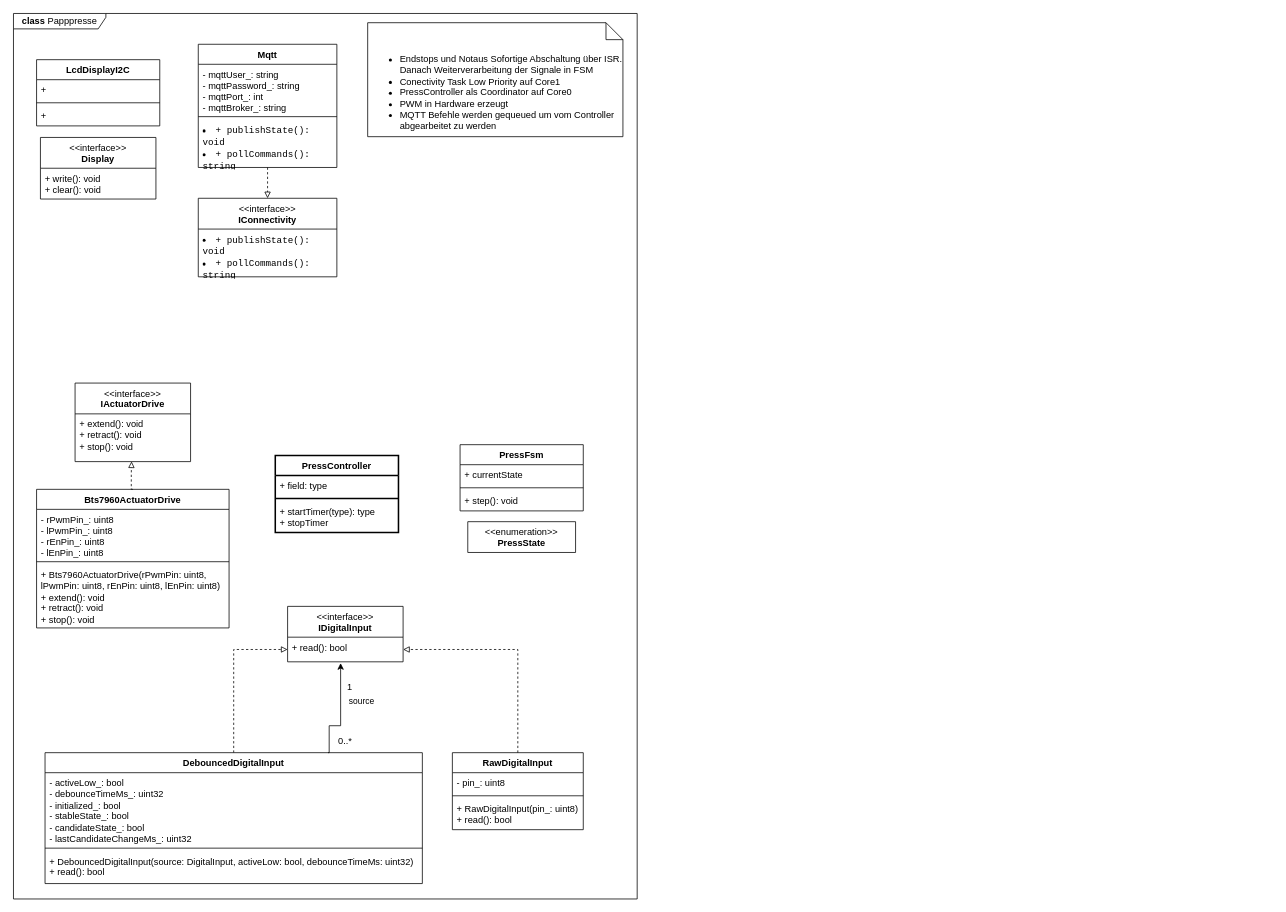
niklasdathe/Papppresse keeps this draw.io diagram as diagrams/class diagramm Papppresse.drawio. Above is the earlier version. Source tidied: cells renumbered, new cells numbered last; positions are measured from the earlier drawing's top-left corner, leaving out a move shared by most shapes. Both pictures are drawn from the tidied source at 77%, with x=0, y=0 at pixel (13, 13).
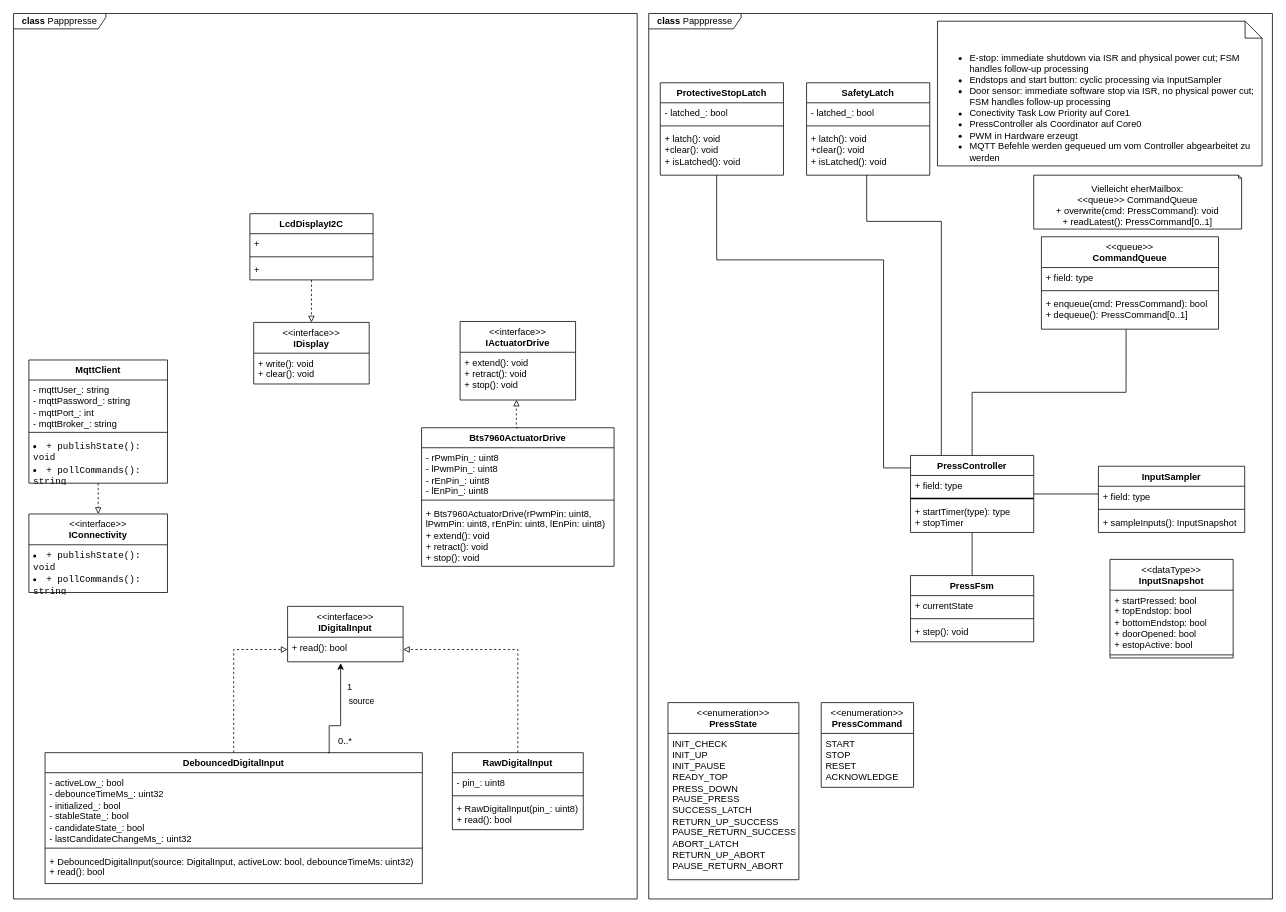
The same page after the edit.

Unchanged cells that the change refers to:
```xml
<mxCell id="2" value="&lt;b&gt;class &lt;/b&gt;Papppresse" style="shape=umlFrame;whiteSpace=wrap;html=1;width=120;height=20;" parent="1" vertex="1">
  <mxGeometry width="810" height="1150" as="geometry" />
</mxCell>
<mxCell id="21" value="+ extend(): void&lt;br&gt;+ retract(): void&lt;br&gt;+ stop(): void" style="text;strokeColor=none;fillColor=none;align=left;verticalAlign=top;spacingLeft=4;spacingRight=4;overflow=hidden;points=[[0,0.5],[1,0.5]];portConstraint=eastwest;whiteSpace=wrap;html=1;" parent="20" vertex="1">
  <mxGeometry y="40" width="150" height="62" as="geometry" />
</mxCell>
```

What changed in the source:
```diff
@@
-    <mxCell id="3" value="&lt;ul style=&quot;&quot;&gt;&lt;li&gt;&lt;span style=&quot;background-color: transparent; color: light-dark(rgb(0, 0, 0), rgb(255, 255, 255));&quot;&gt;Endstops und Notaus Sofortige Abschaltung über ISR. Danach Weiterverarbeitung der Signale in FSM&lt;/span&gt;&lt;/li&gt;&lt;li&gt;&lt;span style=&quot;background-color: transparent; color: light-dark(rgb(0, 0, 0), rgb(255, 255, 255));&quot;&gt;Conectivity Task Low Priority auf Core1&lt;br&gt;&lt;/span&gt;&lt;/li&gt;&lt;li&gt;&lt;span style=&quot;background-color: transparent; color: light-dark(rgb(0, 0, 0), rgb(255, 255, 255));&quot;&gt;PressController als Coordinator auf Core0&lt;br&gt;&lt;/span&gt;&lt;/li&gt;&lt;li&gt;&lt;span style=&quot;background-color: transparent; color: light-dark(rgb(0, 0, 0), rgb(255, 255, 255));&quot;&gt;PWM in Hardware erzeugt&lt;br&gt;&lt;/span&gt;&lt;/li&gt;&lt;li&gt;&lt;span style=&quot;background-color: transparent; color: light-dark(rgb(0, 0, 0), rgb(255, 255, 255));&quot;&gt;MQTT Befehle werden gequeued um vom Controller abgearbeitet zu werden&lt;/span&gt;&lt;/li&gt;&lt;/ul&gt;" style="shape=note2;boundedLbl=1;whiteSpace=wrap;html=1;size=22;verticalAlign=top;align=left;" parent="2" vertex="1">
-      <mxGeometry x="460" y="12" width="331.5" height="148" as="geometry" />
-    </mxCell>
@@
     <mxCell id="20" value="&lt;div&gt;&lt;span style=&quot;font-weight: 400;&quot;&gt;&amp;lt;&amp;lt;interface&amp;gt;&amp;gt;&lt;/span&gt;&lt;/div&gt;IActuatorDrive" style="swimlane;fontStyle=1;align=center;verticalAlign=top;horizontal=1;startSize=40;whiteSpace=wrap;html=1;" parent="2" vertex="1">
-      <mxGeometry x="80" y="480" width="150" height="102" as="geometry" />
+      <mxGeometry x="580" y="400" width="150" height="102" as="geometry" />
     </mxCell>
@@
     <mxCell id="22" value="Bts7960ActuatorDrive" style="swimlane;fontStyle=1;align=center;verticalAlign=top;horizontal=1;startSize=26;whiteSpace=wrap;html=1;" parent="2" vertex="1">
-      <mxGeometry x="30" y="618" width="250" height="180" as="geometry" />
+      <mxGeometry x="530" y="538" width="250" height="180" as="geometry" />
     </mxCell>
@@
     <mxCell id="26" style="edgeStyle=orthogonalEdgeStyle;rounded=0;jettySize=auto;html=1;exitX=0.5;exitY=0;exitDx=0;exitDy=0;entryX=0.489;entryY=0.995;entryDx=0;entryDy=0;entryPerimeter=0;dashed=1;endArrow=block;endFill=0;" parent="2" edge="1" source="22" target="21">
       <mxGeometry relative="1" as="geometry">
         <Array as="points">
-          <mxPoint x="153" y="618" />
-          <mxPoint x="153" y="598" />
+          <mxPoint x="653" y="538" />
+          <mxPoint x="653" y="518" />
         </Array>
       </mxGeometry>
     </mxCell>
-    <mxCell id="27" value="PressController" style="swimlane;fontStyle=1;align=center;verticalAlign=top;horizontal=1;startSize=26;whiteSpace=wrap;html=1;strokeWidth=2;" parent="2" vertex="1">
-      <mxGeometry x="340" y="574" width="160" height="100" as="geometry" />
-    </mxCell>
-    <mxCell id="28" value="+ field: type" style="text;strokeColor=none;fillColor=none;align=left;verticalAlign=top;spacingLeft=4;spacingRight=4;overflow=hidden;whiteSpace=wrap;html=1;strokeWidth=2;" parent="27" vertex="1">
-      <mxGeometry y="26" width="160" height="26" as="geometry" />
-    </mxCell>
-    <mxCell id="29" style="line;strokeWidth=2;fillColor=none;align=left;verticalAlign=middle;spacingTop=-1;spacingLeft=3;spacingRight=3;labelPosition=right;strokeColor=inherit;" parent="27" vertex="1">
-      <mxGeometry y="52" width="160" height="8" as="geometry" />
-    </mxCell>
-    <mxCell id="30" value="+ startTimer(type): type&lt;br&gt;+ stopTimer" style="text;strokeColor=none;fillColor=none;align=left;verticalAlign=top;spacingLeft=4;spacingRight=4;overflow=hidden;whiteSpace=wrap;html=1;strokeWidth=2;" parent="27" vertex="1">
-      <mxGeometry y="60" width="160" height="40" as="geometry" />
-    </mxCell>
-    <mxCell id="31" value="PressFsm" style="swimlane;fontStyle=1;align=center;verticalAlign=top;horizontal=1;startSize=26;whiteSpace=wrap;html=1;" parent="2" vertex="1">
-      <mxGeometry x="580" y="560" width="160" height="86" as="geometry" />
-    </mxCell>
-    <mxCell id="32" value="+ currentState" style="text;strokeColor=none;fillColor=none;align=left;verticalAlign=top;spacingLeft=4;spacingRight=4;overflow=hidden;whiteSpace=wrap;html=1;" parent="31" vertex="1">
-      <mxGeometry y="26" width="160" height="26" as="geometry" />
-    </mxCell>
-    <mxCell id="33" style="line;strokeWidth=1;fillColor=none;align=left;verticalAlign=middle;spacingTop=-1;spacingLeft=3;spacingRight=3;labelPosition=right;strokeColor=inherit;" parent="31" vertex="1">
-      <mxGeometry y="52" width="160" height="8" as="geometry" />
-    </mxCell>
-    <mxCell id="34" value="+ step(): void" style="text;strokeColor=none;fillColor=none;align=left;verticalAlign=top;spacingLeft=4;spacingRight=4;overflow=hidden;whiteSpace=wrap;html=1;" parent="31" vertex="1">
-      <mxGeometry y="60" width="160" height="26" as="geometry" />
-    </mxCell>
-    <mxCell id="35" value="&lt;div&gt;&lt;span style=&quot;font-weight: 400;&quot;&gt;&amp;lt;&amp;lt;enumeration&amp;gt;&amp;gt;&lt;/span&gt;&lt;/div&gt;PressState" style="swimlane;fontStyle=1;align=center;verticalAlign=top;horizontal=1;startSize=40;whiteSpace=wrap;html=1;" parent="2" vertex="1" collapsed="1">
-      <mxGeometry x="590" y="660" width="140" height="40" as="geometry" />
-    </mxCell>
-    <mxCell id="36" value="&lt;div&gt;&lt;span style=&quot;font-weight: 400;&quot;&gt;&amp;lt;&amp;lt;interface&amp;gt;&amp;gt;&lt;/span&gt;&lt;/div&gt;&lt;div&gt;&lt;span style=&quot;background-color: transparent; color: light-dark(rgb(0, 0, 0), rgb(255, 255, 255));&quot;&gt;Display&lt;/span&gt;&lt;/div&gt;" style="swimlane;fontStyle=1;align=center;verticalAlign=top;horizontal=1;startSize=40;whiteSpace=wrap;html=1;" parent="2" vertex="1">
-      <mxGeometry x="35" y="161" width="150" height="80" as="geometry" />
+    <mxCell id="36" value="&lt;div&gt;&lt;span style=&quot;font-weight: 400;&quot;&gt;&amp;lt;&amp;lt;interface&amp;gt;&amp;gt;&lt;/span&gt;&lt;/div&gt;&lt;div&gt;&lt;span style=&quot;background-color: transparent; color: light-dark(rgb(0, 0, 0), rgb(255, 255, 255));&quot;&gt;IDisplay&lt;/span&gt;&lt;/div&gt;" style="swimlane;fontStyle=1;align=center;verticalAlign=top;horizontal=1;startSize=40;whiteSpace=wrap;html=1;" parent="2" vertex="1">
+      <mxGeometry x="312" y="401.2" width="150" height="80" as="geometry" />
     </mxCell>
@@
+    <mxCell id="49" style="edgeStyle=orthogonalEdgeStyle;rounded=0;jettySize=auto;html=1;entryX=0.5;entryY=0;entryDx=0;entryDy=0;dashed=1;endArrow=block;endFill=0;" parent="2" edge="1" source="38" target="36">
+      <mxGeometry relative="1" as="geometry" />
+    </mxCell>
     <mxCell id="38" value="LcdDisplayI2C" style="swimlane;fontStyle=1;align=center;verticalAlign=top;horizontal=1;startSize=26;whiteSpace=wrap;html=1;" parent="2" vertex="1">
-      <mxGeometry x="30" y="60" width="160" height="86" as="geometry" />
+      <mxGeometry x="307" y="260" width="160" height="86" as="geometry" />
     </mxCell>
@@
-    <mxCell id="43" value="Mqtt" style="swimlane;fontStyle=1;align=center;verticalAlign=top;horizontal=1;startSize=26;whiteSpace=wrap;html=1;" parent="2" vertex="1">
-      <mxGeometry x="240" y="40" width="180" height="160" as="geometry" />
+    <mxCell id="43" value="MqttClient" style="swimlane;fontStyle=1;align=center;verticalAlign=top;horizontal=1;startSize=26;whiteSpace=wrap;html=1;" parent="2" vertex="1">
+      <mxGeometry x="20" y="450" width="180" height="160" as="geometry" />
     </mxCell>
@@
     <mxCell id="47" value="&lt;div&gt;&lt;span style=&quot;font-weight: 400;&quot;&gt;&amp;lt;&amp;lt;interface&amp;gt;&amp;gt;&lt;/span&gt;&lt;/div&gt;IConnectivity" style="swimlane;fontStyle=1;align=center;verticalAlign=top;horizontal=1;startSize=40;whiteSpace=wrap;html=1;" parent="2" vertex="1">
-      <mxGeometry x="240" y="240" width="180" height="102" as="geometry" />
+      <mxGeometry x="20" y="650" width="180" height="102" as="geometry" />
     </mxCell>
@@
+    <mxCell id="50" value="&lt;b&gt;class &lt;/b&gt;Papppresse" style="shape=umlFrame;whiteSpace=wrap;html=1;width=120;height=20;" parent="1" vertex="1">
+      <mxGeometry x="825" width="810" height="1150" as="geometry" />
+    </mxCell>
+    <mxCell id="51" value="&lt;ul style=&quot;&quot;&gt;&lt;li&gt;&lt;span style=&quot;background-color: transparent; color: light-dark(rgb(0, 0, 0), rgb(255, 255, 255));&quot;&gt;E-stop: immediate shutdown via ISR and physical power cut; FSM handles follow-up processing&lt;/span&gt;&lt;/li&gt;&lt;li&gt;&lt;span style=&quot;background-color: transparent; color: light-dark(rgb(0, 0, 0), rgb(255, 255, 255));&quot;&gt;Endstops and start button: cyclic processing via InputSampler&lt;/span&gt;&lt;/li&gt;&lt;li&gt;Door sensor: immediate software stop via ISR, no physical power cut; FSM handles follow-up processing&lt;/li&gt;&lt;li&gt;&lt;span style=&quot;background-color: transparent; color: light-dark(rgb(0, 0, 0), rgb(255, 255, 255));&quot;&gt;Conectivity Task Low Priority auf Core1&lt;br&gt;&lt;/span&gt;&lt;/li&gt;&lt;li&gt;&lt;span style=&quot;background-color: transparent; color: light-dark(rgb(0, 0, 0), rgb(255, 255, 255));&quot;&gt;PressController als Coordinator auf Core0&lt;br&gt;&lt;/span&gt;&lt;/li&gt;&lt;li&gt;&lt;span style=&quot;background-color: transparent; color: light-dark(rgb(0, 0, 0), rgb(255, 255, 255));&quot;&gt;PWM in Hardware erzeugt&lt;br&gt;&lt;/span&gt;&lt;/li&gt;&lt;li&gt;&lt;span style=&quot;background-color: transparent; color: light-dark(rgb(0, 0, 0), rgb(255, 255, 255));&quot;&gt;MQTT Befehle werden gequeued um vom Controller abgearbeitet zu werden&lt;/span&gt;&lt;/li&gt;&lt;/ul&gt;" style="shape=note2;boundedLbl=1;whiteSpace=wrap;html=1;size=22;verticalAlign=top;align=left;" parent="50" vertex="1">
+      <mxGeometry x="375" y="10" width="421.5" height="188" as="geometry" />
+    </mxCell>
+    <mxCell id="52" style="edgeStyle=orthogonalEdgeStyle;rounded=0;jettySize=auto;html=1;endArrow=none;endFill=0;" parent="50" edge="1" source="27" target="31">
+      <mxGeometry relative="1" as="geometry" />
+    </mxCell>
+    <mxCell id="53" style="edgeStyle=orthogonalEdgeStyle;rounded=0;jettySize=auto;html=1;entryX=0.488;entryY=0.996;entryDx=0;entryDy=0;endArrow=none;endFill=0;entryPerimeter=0;exitX=0.25;exitY=0;exitDx=0;exitDy=0;" parent="50" edge="1" source="27" target="68">
+      <mxGeometry relative="1" as="geometry">
+        <Array as="points">
+          <mxPoint x="380" y="270" />
+          <mxPoint x="283" y="270" />
+        </Array>
+      </mxGeometry>
+    </mxCell>
+    <mxCell id="27" value="PressController" style="swimlane;fontStyle=1;align=center;verticalAlign=top;horizontal=1;startSize=26;whiteSpace=wrap;html=1;strokeWidth=1;" parent="50" vertex="1">
+      <mxGeometry x="340" y="574" width="160" height="100" as="geometry" />
+    </mxCell>
+    <mxCell id="28" value="+ field: type" style="text;strokeColor=none;fillColor=none;align=left;verticalAlign=top;spacingLeft=4;spacingRight=4;overflow=hidden;whiteSpace=wrap;html=1;strokeWidth=2;" parent="27" vertex="1">
+      <mxGeometry y="26" width="160" height="26" as="geometry" />
+    </mxCell>
+    <mxCell id="29" style="line;strokeWidth=2;fillColor=none;align=left;verticalAlign=middle;spacingTop=-1;spacingLeft=3;spacingRight=3;labelPosition=right;strokeColor=inherit;" parent="27" vertex="1">
+      <mxGeometry y="52" width="160" height="8" as="geometry" />
+    </mxCell>
+    <mxCell id="30" value="+ startTimer(type): type&lt;br&gt;+ stopTimer" style="text;strokeColor=none;fillColor=none;align=left;verticalAlign=top;spacingLeft=4;spacingRight=4;overflow=hidden;whiteSpace=wrap;html=1;strokeWidth=2;" parent="27" vertex="1">
+      <mxGeometry y="60" width="160" height="40" as="geometry" />
+    </mxCell>
+    <mxCell id="31" value="PressFsm" style="swimlane;fontStyle=1;align=center;verticalAlign=top;horizontal=1;startSize=26;whiteSpace=wrap;html=1;" parent="50" vertex="1">
+      <mxGeometry x="340" y="730" width="160" height="86" as="geometry" />
+    </mxCell>
+    <mxCell id="32" value="+ currentState" style="text;strokeColor=none;fillColor=none;align=left;verticalAlign=top;spacingLeft=4;spacingRight=4;overflow=hidden;whiteSpace=wrap;html=1;" parent="31" vertex="1">
+      <mxGeometry y="26" width="160" height="26" as="geometry" />
+    </mxCell>
+    <mxCell id="54" style="line;strokeWidth=1;fillColor=none;align=left;verticalAlign=middle;spacingTop=-1;spacingLeft=3;spacingRight=3;labelPosition=right;strokeColor=inherit;" parent="31" vertex="1">
+      <mxGeometry y="52" width="160" height="8" as="geometry" />
+    </mxCell>
+    <mxCell id="34" value="+ step(): void" style="text;strokeColor=none;fillColor=none;align=left;verticalAlign=top;spacingLeft=4;spacingRight=4;overflow=hidden;whiteSpace=wrap;html=1;" parent="31" vertex="1">
+      <mxGeometry y="60" width="160" height="26" as="geometry" />
+    </mxCell>
+    <mxCell id="35" value="&lt;div&gt;&lt;span style=&quot;font-weight: 400;&quot;&gt;&amp;lt;&amp;lt;enumeration&amp;gt;&amp;gt;&lt;/span&gt;&lt;/div&gt;PressState" style="swimlane;fontStyle=1;align=center;verticalAlign=top;horizontal=1;startSize=40;whiteSpace=wrap;html=1;" parent="50" vertex="1">
+      <mxGeometry x="25" y="895" width="170" height="230" as="geometry" />
+    </mxCell>
+    <mxCell id="55" value="INIT_CHECK&lt;div&gt;INIT_UP&lt;/div&gt;&lt;div&gt;INIT_PAUSE&lt;br&gt;READY_TOP&lt;/div&gt;&lt;div&gt;PRESS_DOWN&lt;/div&gt;&lt;div&gt;PAUSE_PRESS&lt;/div&gt;&lt;div&gt;SUCCESS_LATCH&lt;br&gt;RETURN_UP_SUCCESS&lt;br&gt;PAUSE_RETURN_SUCCESS&lt;/div&gt;&lt;div&gt;ABORT_LATCH&lt;/div&gt;&lt;div&gt;RETURN_UP_ABORT&lt;/div&gt;&lt;div&gt;PAUSE_RETURN_ABORT&lt;/div&gt;" style="text;strokeColor=none;fillColor=none;align=left;verticalAlign=top;spacingLeft=4;spacingRight=4;overflow=hidden;whiteSpace=wrap;html=1;" parent="35" vertex="1">
+      <mxGeometry y="40" width="170" height="190" as="geometry" />
+    </mxCell>
+    <mxCell id="56" value="InputSampler" style="swimlane;fontStyle=1;align=center;verticalAlign=top;horizontal=1;startSize=26;whiteSpace=wrap;html=1;" parent="50" vertex="1">
+      <mxGeometry x="584" y="588" width="190" height="86" as="geometry" />
+    </mxCell>
+    <mxCell id="57" value="+ field: type" style="text;strokeColor=none;fillColor=none;align=left;verticalAlign=top;spacingLeft=4;spacingRight=4;overflow=hidden;points=[[0,0.5],[1,0.5]];portConstraint=eastwest;whiteSpace=wrap;html=1;" parent="56" vertex="1">
+      <mxGeometry y="26" width="190" height="26" as="geometry" />
+    </mxCell>
+    <mxCell id="58" style="line;strokeWidth=1;fillColor=none;align=left;verticalAlign=middle;spacingTop=-1;spacingLeft=3;spacingRight=3;labelPosition=right;strokeColor=inherit;" parent="56" vertex="1">
+      <mxGeometry y="52" width="190" height="8" as="geometry" />
+    </mxCell>
+    <mxCell id="59" value="+ sampleInputs(): InputSnapshot" style="text;strokeColor=none;fillColor=none;align=left;verticalAlign=top;spacingLeft=4;spacingRight=4;overflow=hidden;whiteSpace=wrap;html=1;" parent="56" vertex="1">
+      <mxGeometry y="60" width="190" height="26" as="geometry" />
+    </mxCell>
+    <mxCell id="60" value="&lt;div&gt;&lt;span style=&quot;font-weight: normal;&quot;&gt;&amp;lt;&amp;lt;queue&amp;gt;&amp;gt;&lt;/span&gt;&lt;/div&gt;CommandQueue" style="swimlane;fontStyle=1;align=center;verticalAlign=top;horizontal=1;startSize=40;whiteSpace=wrap;html=1;" parent="50" vertex="1">
+      <mxGeometry x="510" y="290" width="230" height="120" as="geometry" />
+    </mxCell>
+    <mxCell id="61" value="+ field: type" style="text;strokeColor=none;fillColor=none;align=left;verticalAlign=top;spacingLeft=4;spacingRight=4;overflow=hidden;whiteSpace=wrap;html=1;" parent="60" vertex="1">
+      <mxGeometry y="40" width="230" height="26" as="geometry" />
+    </mxCell>
+    <mxCell id="62" style="line;strokeWidth=1;fillColor=none;align=left;verticalAlign=middle;spacingTop=-1;spacingLeft=3;spacingRight=3;labelPosition=right;strokeColor=inherit;" parent="60" vertex="1">
+      <mxGeometry y="66" width="230" height="8" as="geometry" />
+    </mxCell>
+    <mxCell id="63" value="+ enqueue(cmd: PressCommand): bool&lt;br&gt;+ dequeue(): PressCommand[0..1]" style="text;strokeColor=none;fillColor=none;align=left;verticalAlign=top;spacingLeft=4;spacingRight=4;overflow=hidden;points=[[0,0.5],[1,0.5]];portConstraint=eastwest;whiteSpace=wrap;html=1;" parent="60" vertex="1">
+      <mxGeometry y="74" width="230" height="46" as="geometry" />
+    </mxCell>
+    <mxCell id="64" value="Vielleicht eherMailbox:&lt;br&gt;&lt;div&gt;&amp;lt;&amp;lt;queue&amp;gt;&amp;gt; CommandQueue&lt;/div&gt;&lt;div&gt;+ overwrite(cmd: PressCommand): void&lt;/div&gt;&lt;div&gt;+ readLatest(): PressCommand[0..1]&lt;/div&gt;" style="shape=note2;boundedLbl=1;whiteSpace=wrap;html=1;size=4;verticalAlign=top;align=center;" parent="50" vertex="1">
+      <mxGeometry x="500" y="210" width="270" height="70" as="geometry" />
+    </mxCell>
+    <mxCell id="65" value="SafetyLatch" style="swimlane;fontStyle=1;align=center;verticalAlign=top;horizontal=1;startSize=26;whiteSpace=wrap;html=1;" parent="50" vertex="1">
+      <mxGeometry x="205" y="90" width="160" height="120" as="geometry" />
+    </mxCell>
+    <mxCell id="66" value="- latched_: bool" style="text;strokeColor=none;fillColor=none;align=left;verticalAlign=top;spacingLeft=4;spacingRight=4;overflow=hidden;whiteSpace=wrap;html=1;" parent="65" vertex="1">
+      <mxGeometry y="26" width="160" height="26" as="geometry" />
+    </mxCell>
+    <mxCell id="67" style="line;strokeWidth=1;fillColor=none;align=left;verticalAlign=middle;spacingTop=-1;spacingLeft=3;spacingRight=3;labelPosition=right;strokeColor=inherit;" parent="65" vertex="1">
+      <mxGeometry y="52" width="160" height="8" as="geometry" />
+    </mxCell>
+    <mxCell id="68" value="+ latch(): void&lt;br&gt;+clear(): void&lt;br&gt;+ isLatched(): void" style="text;strokeColor=none;fillColor=none;align=left;verticalAlign=top;spacingLeft=4;spacingRight=4;overflow=hidden;points=[[0,0.5],[1,0.5]];portConstraint=eastwest;whiteSpace=wrap;html=1;" parent="65" vertex="1">
+      <mxGeometry y="60" width="160" height="60" as="geometry" />
+    </mxCell>
+    <mxCell id="69" value="&lt;div&gt;&lt;span style=&quot;font-weight: 400;&quot;&gt;&amp;lt;&amp;lt;enumeration&amp;gt;&amp;gt;&lt;/span&gt;&lt;/div&gt;PressCommand" style="swimlane;fontStyle=1;align=center;verticalAlign=top;horizontal=1;startSize=40;whiteSpace=wrap;html=1;" parent="50" vertex="1">
+      <mxGeometry x="224" y="895" width="120" height="110" as="geometry" />
+    </mxCell>
+    <mxCell id="70" value="START&lt;br&gt;STOP&lt;br&gt;RESET&lt;br&gt;ACKNOWLEDGE" style="text;strokeColor=none;fillColor=none;align=left;verticalAlign=top;spacingLeft=4;spacingRight=4;overflow=hidden;whiteSpace=wrap;html=1;" parent="69" vertex="1">
+      <mxGeometry y="40" width="120" height="70" as="geometry" />
+    </mxCell>
+    <mxCell id="71" value="&lt;span style=&quot;font-weight: normal;&quot;&gt;&amp;lt;&amp;lt;dataType&amp;gt;&amp;gt;&lt;/span&gt;&lt;br&gt;InputSnapshot" style="swimlane;fontStyle=1;align=center;verticalAlign=top;horizontal=1;startSize=40;whiteSpace=wrap;html=1;" parent="50" vertex="1">
+      <mxGeometry x="599" y="709" width="160" height="128" as="geometry" />
+    </mxCell>
+    <mxCell id="72" value="+ startPressed: bool&lt;br&gt;+ topEndstop: bool&lt;br&gt;+ bottomEndstop: bool&lt;br&gt;+ doorOpened: bool&lt;br&gt;+ estopActive: bool" style="text;strokeColor=none;fillColor=none;align=left;verticalAlign=top;spacingLeft=4;spacingRight=4;overflow=hidden;whiteSpace=wrap;html=1;" parent="71" vertex="1">
+      <mxGeometry y="40" width="160" height="80" as="geometry" />
+    </mxCell>
+    <mxCell id="73" style="line;strokeWidth=1;fillColor=none;align=left;verticalAlign=middle;spacingTop=-1;spacingLeft=3;spacingRight=3;labelPosition=right;strokeColor=inherit;" parent="71" vertex="1">
+      <mxGeometry y="120" width="160" height="8" as="geometry" />
+    </mxCell>
+    <mxCell id="74" value="ProtectiveStopLatch" style="swimlane;fontStyle=1;align=center;verticalAlign=top;horizontal=1;startSize=26;whiteSpace=wrap;html=1;" parent="50" vertex="1">
+      <mxGeometry x="15" y="90" width="160" height="120" as="geometry" />
+    </mxCell>
+    <mxCell id="75" value="- latched_: bool" style="text;strokeColor=none;fillColor=none;align=left;verticalAlign=top;spacingLeft=4;spacingRight=4;overflow=hidden;whiteSpace=wrap;html=1;" parent="74" vertex="1">
+      <mxGeometry y="26" width="160" height="26" as="geometry" />
+    </mxCell>
+    <mxCell id="76" style="line;strokeWidth=1;fillColor=none;align=left;verticalAlign=middle;spacingTop=-1;spacingLeft=3;spacingRight=3;labelPosition=right;strokeColor=inherit;" parent="74" vertex="1">
+      <mxGeometry y="52" width="160" height="8" as="geometry" />
+    </mxCell>
+    <mxCell id="77" value="+ latch(): void&lt;br&gt;+clear(): void&lt;br&gt;+ isLatched(): void" style="text;strokeColor=none;fillColor=none;align=left;verticalAlign=top;spacingLeft=4;spacingRight=4;overflow=hidden;points=[[0,0.5],[1,0.5]];portConstraint=eastwest;whiteSpace=wrap;html=1;" parent="74" vertex="1">
+      <mxGeometry y="60" width="160" height="60" as="geometry" />
+    </mxCell>
+    <mxCell id="78" style="edgeStyle=orthogonalEdgeStyle;rounded=0;jettySize=auto;html=1;endArrow=none;endFill=0;entryX=-0.001;entryY=0.385;entryDx=0;entryDy=0;entryPerimeter=0;" parent="50" edge="1" source="27" target="57">
+      <mxGeometry relative="1" as="geometry" />
+    </mxCell>
+    <mxCell id="79" style="edgeStyle=orthogonalEdgeStyle;rounded=0;jettySize=auto;html=1;entryX=0.478;entryY=1;entryDx=0;entryDy=0;entryPerimeter=0;endArrow=none;endFill=0;" parent="50" edge="1" source="27" target="63">
+      <mxGeometry relative="1" as="geometry" />
+    </mxCell>
+    <mxCell id="80" style="edgeStyle=orthogonalEdgeStyle;rounded=0;jettySize=auto;html=1;entryX=0.458;entryY=1;entryDx=0;entryDy=0;entryPerimeter=0;endArrow=none;endFill=0;exitX=0;exitY=0.162;exitDx=0;exitDy=0;exitPerimeter=0;" parent="50" edge="1" source="27" target="77">
+      <mxGeometry relative="1" as="geometry">
+        <Array as="points">
+          <mxPoint x="305" y="590" />
+          <mxPoint x="305" y="320" />
+          <mxPoint x="88" y="320" />
+        </Array>
+      </mxGeometry>
+    </mxCell>
```
